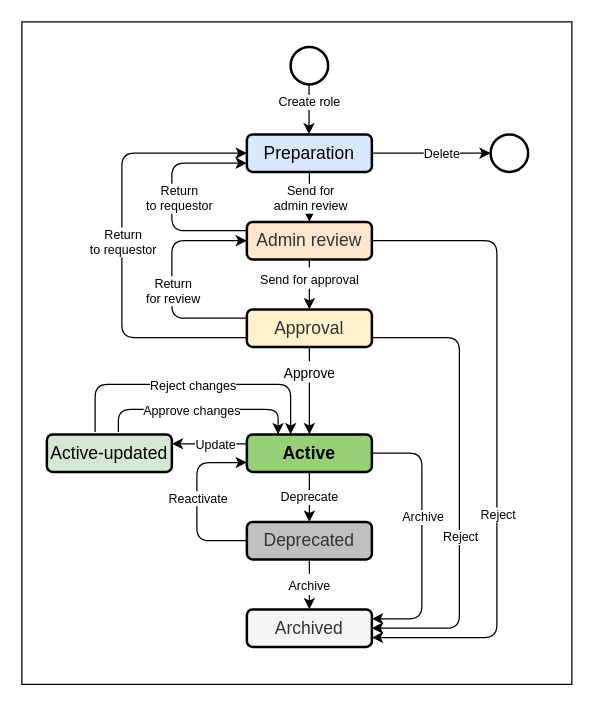
Above: page "role-engineering" (3 of 10) of midpoint/devel/iga/iga-schemas.drawio in Evolveum/docs (draw.io), before the change. Source tidied: cells renumbered, new cells numbered last; positions are measured from the earlier drawing's top-left corner, leaving out a move shared by most shapes. Both pictures are drawn from the tidied source at 125%, with x=0, y=0 at pixel (21, 21).
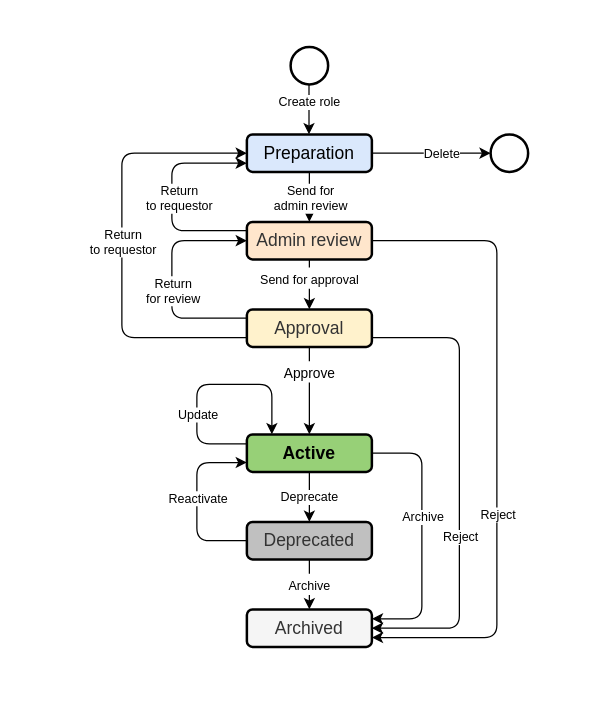
The same diagram, later.

The change refers to these unchanged cells:
```xml
<mxCell id="5" value="Active" style="rounded=1;whiteSpace=wrap;html=1;fontSize=14;fontStyle=1;fillColor=#97D077;strokeColor=#000000;strokeWidth=2;" parent="1" vertex="1">
  <mxGeometry x="180" y="330" width="100" height="30" as="geometry" />
</mxCell>
```

Diff of the diagram source:
```diff
@@
-    <mxCell id="2" style="rounded=0;whiteSpace=wrap;html=1;labelBackgroundColor=none;strokeColor=#000000;strokeWidth=1;fillColor=none;gradientColor=#B3B3B3;" parent="1" vertex="1">
-      <mxGeometry width="440" height="530" as="geometry" />
-    </mxCell>
@@
-    <mxCell id="18" style="endArrow=classic;html=1;rounded=1;fontSize=14;edgeStyle=orthogonalEdgeStyle;exitX=0;exitY=0.25;exitDx=0;exitDy=0;entryX=1;entryY=0.25;entryDx=0;entryDy=0;" parent="1" edge="1" source="5" target="20">
-      <mxGeometry relative="1" as="geometry" />
+    <mxCell id="18" style="endArrow=classic;html=1;rounded=1;fontSize=14;edgeStyle=orthogonalEdgeStyle;exitX=0;exitY=0.25;exitDx=0;exitDy=0;" parent="1" edge="1" source="5">
+      <mxGeometry relative="1" as="geometry">
+        <mxPoint x="200" y="330" as="targetPoint" />
+        <Array as="points">
+          <mxPoint x="140" y="337" />
+          <mxPoint x="140" y="290" />
+          <mxPoint x="200" y="290" />
+          <mxPoint x="200" y="330" />
+        </Array>
+      </mxGeometry>
     </mxCell>
     <mxCell id="19" value="Update" style="edgeLabel;html=1;align=center;verticalAlign=middle;fontSize=10;fontColor=#000000;" parent="18" vertex="1">
-      <mxGeometry x="-0.15" relative="1" as="geometry" />
+      <mxGeometry x="-0.15" relative="1" as="geometry">
+        <mxPoint y="16" as="offset" />
+      </mxGeometry>
     </mxCell>
-    <mxCell id="20" value="&lt;font style=&quot;font-weight: normal ; font-size: 14px&quot;&gt;Active-updated&lt;/font&gt;" style="rounded=1;whiteSpace=wrap;html=1;fontSize=14;fontStyle=1;fillColor=#D5E8D4;strokeColor=#000000;strokeWidth=2;" parent="1" vertex="1">
-      <mxGeometry x="20" y="330" width="100" height="30" as="geometry" />
-    </mxCell>
-    <mxCell id="21" style="endArrow=classic;html=1;rounded=1;fontSize=14;edgeStyle=orthogonalEdgeStyle;exitX=0.572;exitY=-0.061;exitDx=0;exitDy=0;entryX=0.25;entryY=0;entryDx=0;entryDy=0;exitPerimeter=0;" parent="1" edge="1" source="20" target="5">
-      <mxGeometry relative="1" as="geometry">
-        <Array as="points">
-          <mxPoint x="77" y="310" />
-          <mxPoint x="205" y="310" />
-        </Array>
-      </mxGeometry>
-    </mxCell>
-    <mxCell id="22" value="Approve changes" style="edgeLabel;html=1;align=center;verticalAlign=middle;fontSize=10;fontColor=#000000;" parent="21" vertex="1">
-      <mxGeometry x="-0.15" relative="1" as="geometry">
-        <mxPoint x="5" as="offset" />
-      </mxGeometry>
-    </mxCell>
-    <mxCell id="23" style="endArrow=classic;html=1;rounded=1;fontSize=14;edgeStyle=orthogonalEdgeStyle;exitX=0.386;exitY=-0.061;exitDx=0;exitDy=0;exitPerimeter=0;" parent="1" edge="1" source="20" target="5">
-      <mxGeometry relative="1" as="geometry">
-        <Array as="points">
-          <mxPoint x="59" y="290" />
-          <mxPoint x="215" y="290" />
-        </Array>
-      </mxGeometry>
-    </mxCell>
-    <mxCell id="24" value="Reject changes" style="edgeLabel;html=1;align=center;verticalAlign=middle;fontSize=10;fontColor=#000000;" parent="23" vertex="1">
-      <mxGeometry x="-0.15" relative="1" as="geometry">
-        <mxPoint x="16" as="offset" />
-      </mxGeometry>
-    </mxCell>
```
